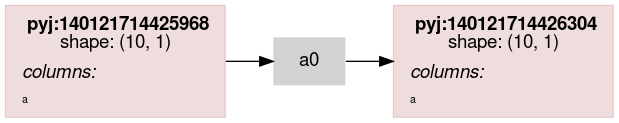
The Graphviz diagram scripts/rdflog/a0.ttl.dot.png in asmirnov69/pyjviz-poc, before a commit. Its source is kept beside it as scripts/rdflog/a0.ttl.dot.
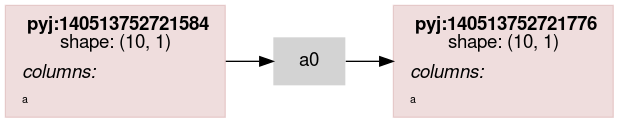
After the commit.

The edit, as a diff of the source:
```diff
@@ -14,7 +14,7 @@
                 color="#88000022"
                 shape = rect
                 label = <<table border="0" cellborder="0" cellspacing="0" cellpadding="4">
-                         <tr> <td> <b>pyj:140121714425968</b><br/>shape: (10, 1)</td> </tr>
+                         <tr> <td> <b>pyj:140513752721584</b><br/>shape: (10, 1)</td> </tr>
                          <tr> <td align="left"><i>columns:</i><br align="left"/></td></tr>
                 <tr><td align="left"><FONT POINT-SIZE="8px">a</FONT></td></tr>
                          </table>>
@@ -23,7 +23,7 @@
                 color="#88000022"
                 shape = rect
                 label = <<table border="0" cellborder="0" cellspacing="0" cellpadding="4">
-                         <tr> <td> <b>pyj:140121714426304</b><br/>shape: (10, 1)</td> </tr>
+                         <tr> <td> <b>pyj:140513752721776</b><br/>shape: (10, 1)</td> </tr>
                          <tr> <td align="left"><i>columns:</i><br align="left"/></td></tr>
                 <tr><td align="left"><FONT POINT-SIZE="8px">a</FONT></td></tr>
                          </table>>
```
